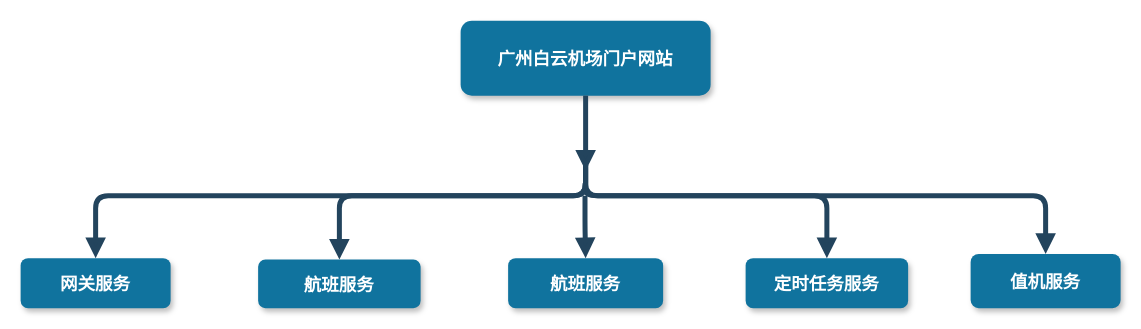
Above: 未命名绘图.drawio in lizhenjun0418/docker-file (draw.io), before the change. Source tidied: cells renumbered, new cells numbered last; positions are measured from the earlier drawing's top-left corner, leaving out a move shared by most shapes. Both pictures are drawn from the tidied source at 125%, with x=0, y=0 at pixel (20, 20).
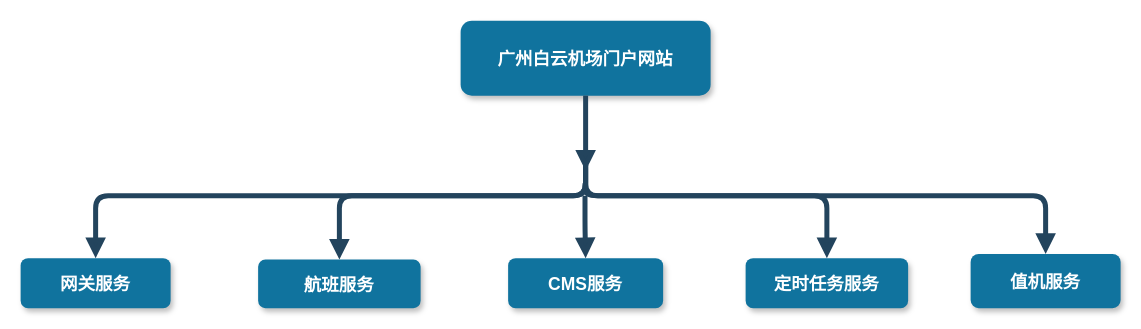
After the change.

Commit message:
更新未命名绘图

Change to the diagram source:
```diff
@@
-    <mxCell id="9" value="航班服务" style="rounded=1;fillColor=#10739E;strokeColor=none;shadow=1;gradientColor=none;fontStyle=1;fontColor=#FFFFFF;fontSize=14;" parent="1" vertex="1">
+    <mxCell id="9" value="CMS服务" style="rounded=1;fillColor=#10739E;strokeColor=none;shadow=1;gradientColor=none;fontStyle=1;fontColor=#FFFFFF;fontSize=14;" parent="1" vertex="1">
       <mxGeometry x="390" y="190" width="124" height="40" as="geometry" />
     </mxCell>
```
